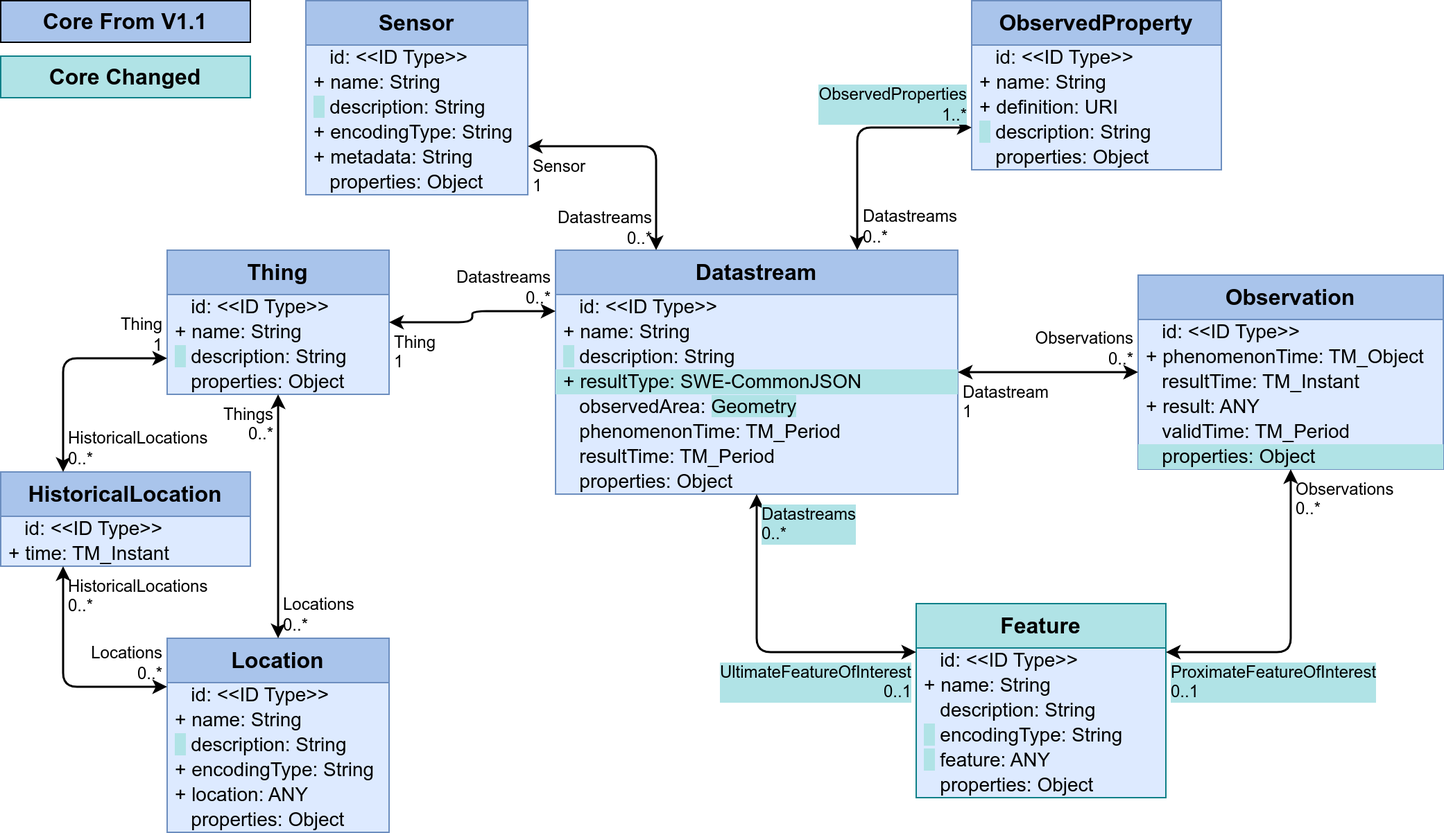
Before: figures/Datamodel-SensorThingsApi-V2-proposal-1-minimal.drawio.png, a diagram exported from draw.io (opengeospatial/sensorthings). Source tidied: cells renumbered, new cells last; positions are measured from the earlier drawing's top-left corner, leaving out a move shared by most shapes.
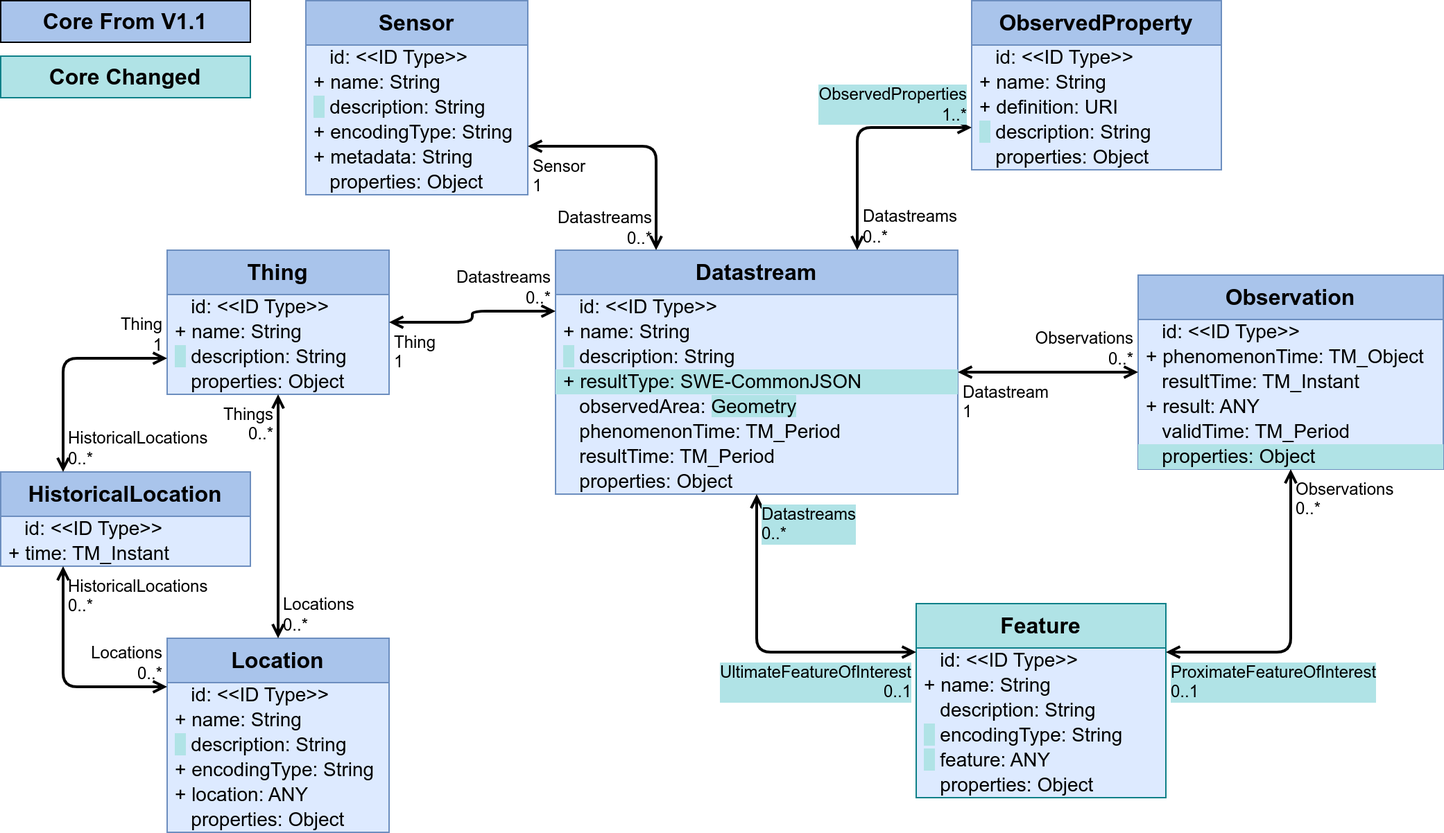
After the change.

Diff of the diagram source:
```diff
@@ -50,7 +50,7 @@
     <mxCell id="17" value="&amp;nbsp;&amp;nbsp;&amp;nbsp;properties: Object" style="text;strokeColor=none;fillColor=none;align=left;verticalAlign=middle;spacingLeft=4;spacingRight=4;overflow=visible;html=1;fontSize=14;" parent="11" vertex="1">
       <mxGeometry y="122" width="180" height="18" as="geometry" />
     </mxCell>
-    <mxCell id="18" style="endArrow=classic;startArrow=classic;html=1;rounded=1;exitX=0;exitY=0.25;exitDx=0;exitDy=0;edgeStyle=orthogonalEdgeStyle;entryX=0.5;entryY=1;entryDx=0;entryDy=0;curved=0;strokeWidth=1.5;" parent="1" edge="1" source="11" target="2">
+    <mxCell id="18" style="endArrow=open;startArrow=open;html=1;rounded=1;exitX=0;exitY=0.25;exitDx=0;exitDy=0;edgeStyle=orthogonalEdgeStyle;entryX=0.5;entryY=1;entryDx=0;entryDy=0;curved=0;strokeWidth=2;startFill=0;endFill=0;" parent="1" edge="1" source="11" target="2">
       <mxGeometry relative="1" as="geometry" />
     </mxCell>
     <mxCell id="19" value="UltimateFeatureOfInterest&lt;br&gt;0..1" style="edgeLabel;html=1;align=right;verticalAlign=top;labelBackgroundColor=#B0E3E6;fontSize=12;spacingLeft=1;spacing=3;spacingRight=2;" parent="18" vertex="1">
@@ -89,7 +89,7 @@
     <mxCell id="30" value="&amp;nbsp;&amp;nbsp;&amp;nbsp;properties: Object" style="text;strokeColor=none;fillColor=none;align=left;verticalAlign=middle;spacingLeft=4;spacingRight=4;overflow=visible;html=1;fontSize=14;" parent="24" vertex="1">
       <mxGeometry y="122" width="160" height="18" as="geometry" />
     </mxCell>
-    <mxCell id="31" style="endArrow=classic;startArrow=classic;html=1;rounded=1;entryX=0.25;entryY=1;entryDx=0;entryDy=0;edgeStyle=orthogonalEdgeStyle;exitX=0;exitY=0.25;exitDx=0;exitDy=0;strokeWidth=1.5;curved=0;" parent="1" edge="1" source="24" target="21">
+    <mxCell id="31" style="endArrow=open;startArrow=open;html=1;rounded=1;entryX=0.25;entryY=1;entryDx=0;entryDy=0;edgeStyle=orthogonalEdgeStyle;exitX=0;exitY=0.25;exitDx=0;exitDy=0;strokeWidth=2;curved=0;startFill=0;endFill=0;" parent="1" edge="1" source="24" target="21">
       <mxGeometry relative="1" as="geometry" />
     </mxCell>
     <mxCell id="32" value="Locations&lt;br&gt;0..*" style="edgeLabel;html=1;align=right;verticalAlign=bottom;labelBackgroundColor=none;fontSize=12;spacingLeft=1;spacing=3;spacingRight=2;" parent="31" vertex="1">
@@ -119,7 +119,7 @@
     <mxCell id="40" value="&amp;nbsp;&amp;nbsp;&amp;nbsp;properties: Object" style="text;strokeColor=none;fillColor=#b0e3e6;align=left;verticalAlign=middle;spacingLeft=4;spacingRight=4;overflow=visible;html=1;fontSize=14;" parent="34" vertex="1">
       <mxGeometry y="122" width="220" height="18" as="geometry" />
     </mxCell>
-    <mxCell id="41" style="endArrow=classic;startArrow=classic;html=1;rounded=1;exitX=0;exitY=0.5;exitDx=0;exitDy=0;entryX=1;entryY=0.5;entryDx=0;entryDy=0;edgeStyle=orthogonalEdgeStyle;strokeWidth=1.5;curved=0;" parent="1" edge="1" source="34" target="2">
+    <mxCell id="41" style="endArrow=open;startArrow=open;html=1;rounded=1;exitX=0;exitY=0.5;exitDx=0;exitDy=0;entryX=1;entryY=0.5;entryDx=0;entryDy=0;edgeStyle=orthogonalEdgeStyle;strokeWidth=2;curved=0;startFill=0;endFill=0;" parent="1" edge="1" source="34" target="2">
       <mxGeometry relative="1" as="geometry" />
     </mxCell>
     <mxCell id="42" value="Observations&lt;br&gt;0..*" style="edgeLabel;html=1;align=right;verticalAlign=bottom;labelBackgroundColor=none;fontSize=12;spacingLeft=1;spacing=3;spacingRight=2;" parent="41" vertex="1">
@@ -128,7 +128,7 @@
     <mxCell id="43" value="Datastream&lt;br&gt;1" style="edgeLabel;html=1;align=left;verticalAlign=top;labelBackgroundColor=none;fontSize=12;spacingLeft=1;spacing=3;spacingRight=2;" parent="41" vertex="1">
       <mxGeometry x="1" relative="1" as="geometry" />
     </mxCell>
-    <mxCell id="44" style="endArrow=classic;startArrow=classic;html=1;rounded=1;exitX=0.5;exitY=1;exitDx=0;exitDy=0;edgeStyle=orthogonalEdgeStyle;entryX=1;entryY=0.25;entryDx=0;entryDy=0;curved=0;strokeWidth=1.5;" parent="1" edge="1" source="34" target="11">
+    <mxCell id="44" style="endArrow=open;startArrow=open;html=1;rounded=1;exitX=0.5;exitY=1;exitDx=0;exitDy=0;edgeStyle=orthogonalEdgeStyle;entryX=1;entryY=0.25;entryDx=0;entryDy=0;curved=0;strokeWidth=2;startFill=0;endFill=0;" parent="1" edge="1" source="34" target="11">
       <mxGeometry relative="1" as="geometry" />
     </mxCell>
     <mxCell id="45" value="Observations&lt;br&gt;0..*" style="edgeLabel;html=1;align=left;verticalAlign=top;labelBackgroundColor=none;fontSize=12;spacingLeft=1;spacing=3;spacingRight=2;" parent="44" vertex="1">
@@ -155,7 +155,7 @@
     <mxCell id="52" value="&amp;nbsp;&amp;nbsp;&amp;nbsp;properties: Object" style="text;strokeColor=none;fillColor=none;align=left;verticalAlign=middle;spacingLeft=4;spacingRight=4;overflow=visible;html=1;fontSize=14;" parent="47" vertex="1">
       <mxGeometry y="104" width="180" height="18" as="geometry" />
     </mxCell>
-    <mxCell id="53" style="endArrow=classic;startArrow=classic;html=1;rounded=1;edgeStyle=orthogonalEdgeStyle;entryX=0.75;entryY=0;entryDx=0;entryDy=0;exitX=0;exitY=0.75;exitDx=0;exitDy=0;curved=0;strokeWidth=1.5;" parent="1" edge="1" source="47" target="2">
+    <mxCell id="53" style="endArrow=open;startArrow=open;html=1;rounded=1;edgeStyle=orthogonalEdgeStyle;entryX=0.75;entryY=0;entryDx=0;entryDy=0;exitX=0;exitY=0.75;exitDx=0;exitDy=0;curved=0;strokeWidth=2;startFill=0;endFill=0;" parent="1" edge="1" source="47" target="2">
       <mxGeometry relative="1" as="geometry" />
     </mxCell>
     <mxCell id="54" value="ObservedProperties&lt;br&gt;1..*" style="edgeLabel;html=1;align=right;verticalAlign=bottom;labelBackgroundColor=#B0E3E6;fontSize=12;spacingLeft=1;spacing=3;spacingRight=2;" parent="53" vertex="1">
@@ -185,7 +185,7 @@
     <mxCell id="62" value="&amp;nbsp;&amp;nbsp;&amp;nbsp;properties: Object" style="text;strokeColor=none;fillColor=none;align=left;verticalAlign=middle;spacingLeft=4;spacingRight=4;overflow=visible;html=1;fontSize=14;" parent="56" vertex="1">
       <mxGeometry y="122" width="160" height="18" as="geometry" />
     </mxCell>
-    <mxCell id="63" style="endArrow=classic;startArrow=classic;html=1;rounded=1;entryX=0.25;entryY=0;entryDx=0;entryDy=0;edgeStyle=orthogonalEdgeStyle;exitX=1;exitY=0.75;exitDx=0;exitDy=0;curved=0;strokeWidth=1.5;" parent="1" edge="1" source="56" target="2">
+    <mxCell id="63" style="endArrow=open;startArrow=open;html=1;rounded=1;entryX=0.25;entryY=0;entryDx=0;entryDy=0;edgeStyle=orthogonalEdgeStyle;exitX=1;exitY=0.75;exitDx=0;exitDy=0;curved=0;strokeWidth=2;startFill=0;endFill=0;" parent="1" edge="1" source="56" target="2">
       <mxGeometry relative="1" as="geometry" />
     </mxCell>
     <mxCell id="64" value="Sensor&lt;br&gt;1" style="edgeLabel;html=1;align=left;verticalAlign=top;labelBackgroundColor=none;fontSize=12;spacingLeft=1;spacing=3;spacingRight=2;" parent="63" vertex="1">
@@ -209,7 +209,7 @@
     <mxCell id="70" value="&amp;nbsp;&amp;nbsp;&amp;nbsp;properties: Object" style="text;strokeColor=none;fillColor=none;align=left;verticalAlign=middle;spacingLeft=4;spacingRight=4;overflow=visible;html=1;fontSize=14;" parent="66" vertex="1">
       <mxGeometry y="86" width="160" height="18" as="geometry" />
     </mxCell>
-    <mxCell id="71" style="endArrow=classic;startArrow=classic;html=1;rounded=1;exitX=0;exitY=0.75;exitDx=0;exitDy=0;edgeStyle=orthogonalEdgeStyle;entryX=0.25;entryY=0;entryDx=0;entryDy=0;strokeWidth=1.5;curved=0;" parent="1" edge="1" source="66" target="21">
+    <mxCell id="71" style="endArrow=open;startArrow=open;html=1;rounded=1;exitX=0;exitY=0.75;exitDx=0;exitDy=0;edgeStyle=orthogonalEdgeStyle;entryX=0.25;entryY=0;entryDx=0;entryDy=0;strokeWidth=2;curved=0;startFill=0;endFill=0;" parent="1" edge="1" source="66" target="21">
       <mxGeometry relative="1" as="geometry" />
     </mxCell>
     <mxCell id="72" value="Thing&lt;br&gt;1" style="edgeLabel;html=1;align=right;verticalAlign=bottom;labelBackgroundColor=none;fontSize=12;spacingLeft=1;spacing=3;spacingRight=2;" parent="71" vertex="1">
@@ -218,7 +218,7 @@
     <mxCell id="73" value="HistoricalLocations&lt;br&gt;0..*" style="edgeLabel;html=1;align=left;verticalAlign=bottom;labelBackgroundColor=none;fontSize=12;spacingLeft=1;spacing=3;spacingRight=2;" parent="71" vertex="1">
       <mxGeometry x="1" relative="1" as="geometry" />
     </mxCell>
-    <mxCell id="74" style="endArrow=classic;startArrow=classic;html=1;rounded=1;noEdgeStyle=1;entryX=0.5;entryY=0;entryDx=0;entryDy=0;exitX=0.5;exitY=1;exitDx=0;exitDy=0;strokeWidth=1.5;curved=0;" parent="1" edge="1" source="66" target="24">
+    <mxCell id="74" style="endArrow=open;startArrow=open;html=1;rounded=1;noEdgeStyle=1;entryX=0.5;entryY=0;entryDx=0;entryDy=0;exitX=0.5;exitY=1;exitDx=0;exitDy=0;strokeWidth=2;curved=0;startFill=0;endFill=0;" parent="1" edge="1" source="66" target="24">
       <mxGeometry relative="1" as="geometry" />
     </mxCell>
     <mxCell id="75" value="Things&lt;br&gt;0..*" style="edgeLabel;html=1;align=right;verticalAlign=top;labelBackgroundColor=none;fontSize=12;spacingLeft=1;spacing=3;spacingRight=2;" parent="74" vertex="1">
@@ -227,7 +227,7 @@
     <mxCell id="76" value="Locations&lt;br&gt;0..*" style="edgeLabel;html=1;align=left;verticalAlign=bottom;labelBackgroundColor=none;fontSize=12;spacingLeft=1;spacing=3;spacingRight=2;" parent="74" vertex="1">
       <mxGeometry x="1" relative="1" as="geometry" />
     </mxCell>
-    <mxCell id="77" style="endArrow=classic;startArrow=classic;html=1;rounded=1;entryX=0;entryY=0.25;entryDx=0;entryDy=0;exitX=1;exitY=0.5;exitDx=0;exitDy=0;edgeStyle=orthogonalEdgeStyle;strokeWidth=1.5;curved=0;" parent="1" edge="1" source="66" target="2">
+    <mxCell id="77" style="endArrow=open;startArrow=open;html=1;rounded=1;entryX=0;entryY=0.25;entryDx=0;entryDy=0;exitX=1;exitY=0.5;exitDx=0;exitDy=0;edgeStyle=orthogonalEdgeStyle;strokeWidth=2;curved=0;startFill=0;endFill=0;" parent="1" edge="1" source="66" target="2">
       <mxGeometry relative="1" as="geometry" />
     </mxCell>
     <mxCell id="78" value="Thing&lt;br&gt;1" style="edgeLabel;html=1;align=left;verticalAlign=top;labelBackgroundColor=none;fontSize=12;spacingLeft=1;spacing=3;spacingRight=2;" parent="77" vertex="1">
```
